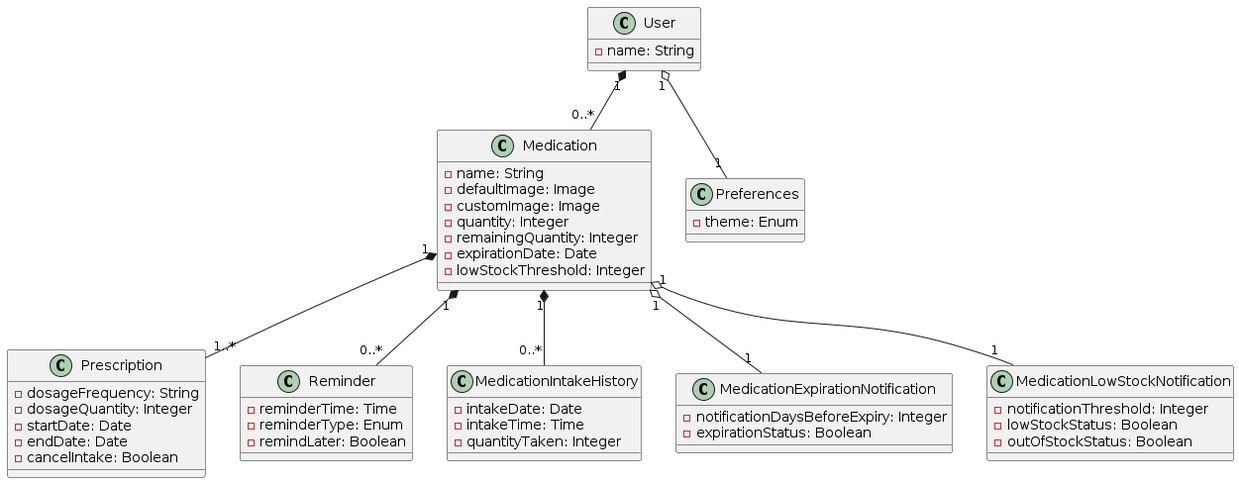
Above: assets/domain_model/domain_model.png in YZ1GO/L.EIC017_ES_PRJ (PlantUML), before the change. The source it was exported from:
```plantuml
@startuml PINGUPILLS

class Medication {
    - name: String
    - defaultImage: Image
    - customImage: Image
    - quantity: Integer
    - remainingQuantity: Integer
    - expirationDate: Date
    - lowStockThreshold: Integer
}

class Prescription {
    - dosageFrequency: String
    - dosageQuantity: Integer
    - startDate: Date
    - endDate: Date
    - cancelIntake: Boolean
}

class Reminder {
    - reminderTime: Time
    - reminderType: Enum
    - remindLater: Boolean
}

class Preferences {
    - theme: Enum
}

class User {
    - name: String
}

class MedicationIntakeHistory {
    - intakeDate: Date
    - intakeTime: Time
    - quantityTaken: Integer
}

class MedicationExpirationNotification {
    - notificationDaysBeforeExpiry: Integer
    - expirationStatus: Boolean
}

class MedicationLowStockNotification {
    - notificationThreshold: Integer
    - lowStockStatus: Boolean
    - outOfStockStatus: Boolean
}

Medication "1" *-- "1..*" Prescription
Medication "1" *-- "0..*" Reminder
Medication "1" *-- "0..*" MedicationIntakeHistory
Medication "1" o-- "1" MedicationExpirationNotification
Medication "1" o-- "1" MedicationLowStockNotification
User "1" o-- "1" Preferences
User "1" *-- "0..*" Medication

@enduml
```
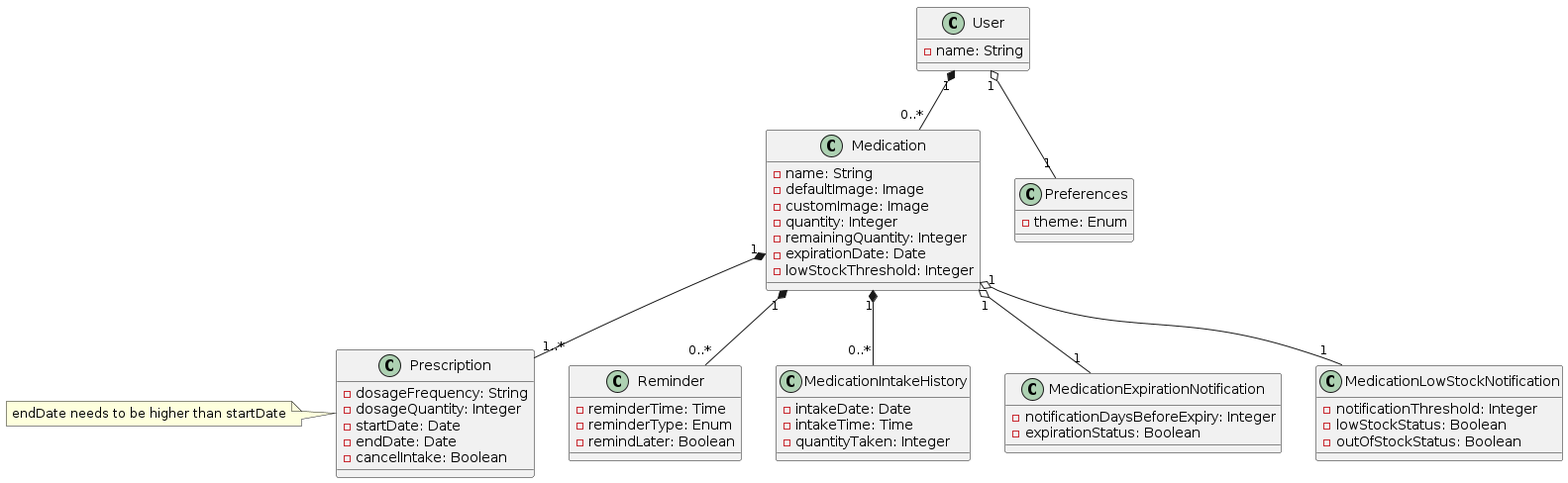
After the change.

Commit message:
added a note in domain model

Change to the diagram source:
```diff
@@ -17,6 +17,10 @@
     - endDate: Date
     - cancelIntake: Boolean
 }
+
+note left of Prescription
+    endDate needs to be higher than startDate
+end note
 
 class Reminder {
     - reminderTime: Time
```
